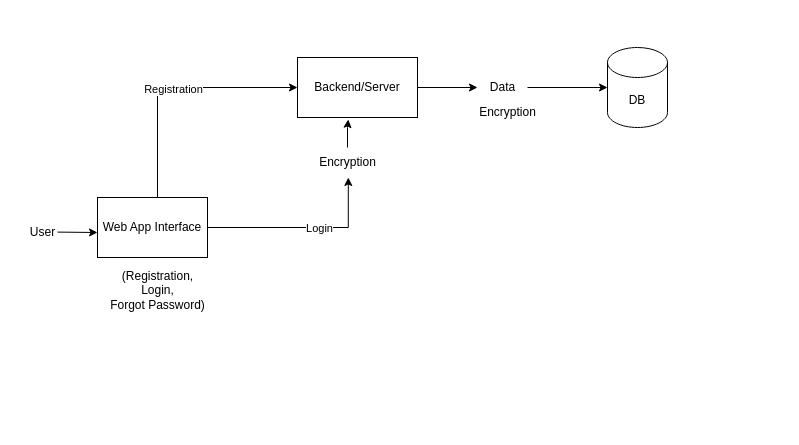
The draw.io diagram hld.drawio in codr-mayank/drawio-project, before the edit. Source tidied: cells renumbered, new cells numbered last; positions are measured from the earlier drawing's top-left corner, leaving out a move shared by most shapes. Both pictures are drawn from the tidied source at 100%, with x=0, y=0 at pixel (17, 47).
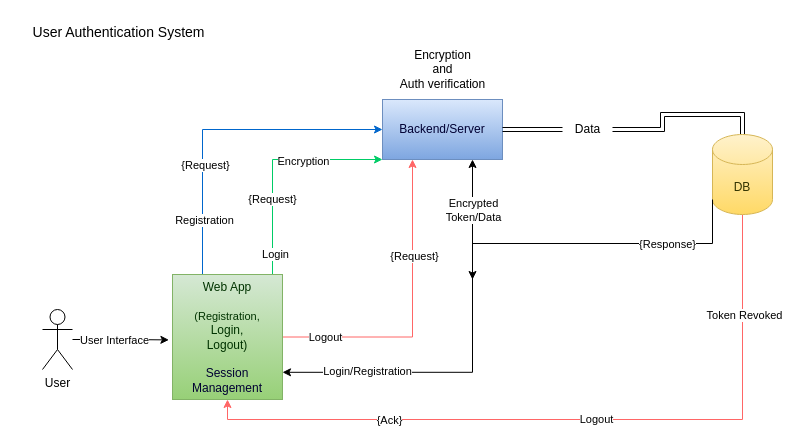
The same diagram, later.

The edit, as a diff of the source:
```diff
@@
-    <mxCell id="2" value="User" style="text;html=1;align=center;verticalAlign=middle;points=[];strokeColor=none;fillColor=none;" parent="1" vertex="1">
-      <mxGeometry y="170" width="50" height="30" as="geometry" />
-    </mxCell>
-    <mxCell id="3" style="endArrow=classic;html=1;rounded=0;" parent="1" edge="1">
-      <mxGeometry relative="1" as="geometry">
-        <mxPoint x="40" y="184.6" as="sourcePoint" />
-        <mxPoint x="80" y="185" as="targetPoint" />
-      </mxGeometry>
-    </mxCell>
-    <mxCell id="4" style="edgeStyle=orthogonalEdgeStyle;rounded=0;jettySize=auto;html=1;entryX=0;entryY=0.5;entryDx=0;entryDy=0;" parent="1" edge="1" source="6" target="9">
-      <mxGeometry relative="1" as="geometry">
-        <Array as="points">
-          <mxPoint x="140" y="40" />
-        </Array>
-      </mxGeometry>
-    </mxCell>
+    <mxCell id="18" style="edgeStyle=orthogonalEdgeStyle;rounded=0;jettySize=auto;html=1;entryX=0;entryY=0.5;entryDx=0;entryDy=0;strokeColor=#0066CC;" parent="1" edge="1" source="6" target="9">
+      <mxGeometry relative="1" as="geometry">
+        <Array as="points">
+          <mxPoint x="185" y="82" />
+        </Array>
+      </mxGeometry>
+    </mxCell>
-    <mxCell id="5" value="Registration" style="edgeLabel;html=1;align=center;verticalAlign=middle;" parent="4" vertex="1">
-      <mxGeometry y="-1" relative="1" as="geometry" />
+    <mxCell id="5" value="Registration" style="edgeLabel;html=1;align=center;verticalAlign=middle;" parent="18" vertex="1">
+      <mxGeometry x="-0.76" y="-1" relative="1" as="geometry">
+        <mxPoint y="-16" as="offset" />
+      </mxGeometry>
     </mxCell>
+    <mxCell id="19" value="{Request}" style="edgeLabel;html=1;align=center;verticalAlign=middle;" parent="18" vertex="1">
+      <mxGeometry x="-0.32" y="-2" relative="1" as="geometry" />
+    </mxCell>
+    <mxCell id="20" value="&lt;div&gt;{Request}&lt;/div&gt;" style="edgeStyle=orthogonalEdgeStyle;rounded=0;jettySize=auto;html=1;entryX=0;entryY=1;entryDx=0;entryDy=0;strokeColor=#00CC66;" parent="1" edge="1" source="6" target="9">
+      <mxGeometry x="-0.33" relative="1" as="geometry">
+        <Array as="points">
+          <mxPoint x="255" y="112" />
+        </Array>
+      </mxGeometry>
+    </mxCell>
+    <mxCell id="12" value="&lt;div&gt;Login&lt;/div&gt;" style="edgeLabel;html=1;align=center;verticalAlign=middle;" parent="20" vertex="1">
+      <mxGeometry x="-0.81" y="-2" relative="1" as="geometry" />
+    </mxCell>
+    <mxCell id="21" value="Encryption" style="edgeLabel;html=1;align=center;verticalAlign=middle;" parent="20" vertex="1">
+      <mxGeometry x="0.29" y="-1" relative="1" as="geometry" />
+    </mxCell>
+    <mxCell id="22" style="edgeStyle=orthogonalEdgeStyle;rounded=0;jettySize=auto;html=1;entryX=0.25;entryY=1;entryDx=0;entryDy=0;strokeColor=#FF6666;" parent="1" edge="1" source="6" target="9">
+      <mxGeometry relative="1" as="geometry">
+        <Array as="points">
+          <mxPoint x="395" y="290" />
+        </Array>
+      </mxGeometry>
+    </mxCell>
+    <mxCell id="23" value="Logout" style="edgeLabel;html=1;align=center;verticalAlign=middle;" parent="22" vertex="1">
+      <mxGeometry x="-0.73" relative="1" as="geometry" />
+    </mxCell>
+    <mxCell id="24" value="{Request}" style="edgeLabel;html=1;align=center;verticalAlign=middle;" parent="22" vertex="1">
+      <mxGeometry x="0.37" y="-1" relative="1" as="geometry" />
+    </mxCell>
-    <mxCell id="6" value="&lt;div&gt;Web App Interface&lt;/div&gt;" style="rounded=0;whiteSpace=wrap;html=1;" parent="1" vertex="1">
-      <mxGeometry x="80" y="150" width="110" height="60" as="geometry" />
+    <mxCell id="6" value="&lt;div&gt;&lt;font color=&quot;#003300&quot;&gt;Web App&lt;/font&gt;&lt;/div&gt;&lt;br&gt;&lt;div&gt;&lt;font style=&quot;font-size: 11px;&quot; color=&quot;#003300&quot;&gt;(Registration,&lt;/font&gt;&lt;/div&gt;&lt;div&gt;&lt;font color=&quot;#003300&quot;&gt;Login,&lt;br&gt;Logout)&lt;br&gt;&lt;/font&gt;&lt;/div&gt;&lt;br&gt;&lt;font color=&quot;#000033&quot;&gt;Session Management&lt;/font&gt;" style="rounded=0;whiteSpace=wrap;html=1;strokeColor=#82b366;fillColor=#d5e8d4;gradientColor=#97d077;" parent="1" vertex="1">
+      <mxGeometry x="155" y="227" width="110" height="125" as="geometry" />
     </mxCell>
-    <mxCell id="7" value="&lt;div&gt;(Registration,&lt;/div&gt;&lt;div&gt;Login,&lt;/div&gt;&lt;div&gt;Forgot Password)&lt;/div&gt;&lt;div&gt;&lt;br&gt;&lt;/div&gt;" style="text;html=1;align=center;verticalAlign=middle;strokeColor=none;fillColor=none;" parent="1" vertex="1">
-      <mxGeometry x="80" y="215" width="120" height="70" as="geometry" />
-    </mxCell>
-    <mxCell id="8" style="edgeStyle=orthogonalEdgeStyle;rounded=0;jettySize=auto;html=1;" parent="1" edge="1" source="16" target="10">
+    <mxCell id="8" style="edgeStyle=orthogonalEdgeStyle;rounded=0;jettySize=auto;html=1;shape=link;entryX=0.5;entryY=0;entryDx=0;entryDy=0;entryPerimeter=0;" parent="1" edge="1" source="16" target="10">
       <mxGeometry relative="1" as="geometry" />
     </mxCell>
-    <mxCell id="9" value="&lt;div&gt;Backend/Server&lt;/div&gt;" style="rounded=0;whiteSpace=wrap;html=1;" parent="1" vertex="1">
-      <mxGeometry x="280" y="10" width="120" height="60" as="geometry" />
+    <mxCell id="9" value="&lt;div&gt;&lt;font color=&quot;#000033&quot;&gt;Backend/Server&lt;/font&gt;&lt;/div&gt;" style="rounded=0;whiteSpace=wrap;html=1;strokeColor=#6c8ebf;fillColor=#dae8fc;gradientColor=#7ea6e0;" parent="1" vertex="1">
+      <mxGeometry x="365" y="52" width="120" height="60" as="geometry" />
     </mxCell>
+    <mxCell id="25" style="edgeStyle=orthogonalEdgeStyle;rounded=0;jettySize=auto;html=1;entryX=0.5;entryY=1;entryDx=0;entryDy=0;strokeColor=#FF6666;" parent="1" edge="1" source="10" target="6">
+      <mxGeometry relative="1" as="geometry">
+        <Array as="points">
+          <mxPoint x="725" y="372" />
+          <mxPoint x="210" y="372" />
+        </Array>
+      </mxGeometry>
+    </mxCell>
+    <mxCell id="26" value="&lt;div&gt;Logout&lt;/div&gt;" style="edgeLabel;html=1;align=center;verticalAlign=middle;" parent="25" vertex="1">
+      <mxGeometry x="0.11" y="-2" relative="1" as="geometry">
+        <mxPoint x="59" y="1" as="offset" />
+      </mxGeometry>
+    </mxCell>
+    <mxCell id="27" value="{Ack}" style="edgeLabel;html=1;align=center;verticalAlign=middle;" parent="25" vertex="1">
+      <mxGeometry x="0.51" y="-3" relative="1" as="geometry">
+        <mxPoint y="3" as="offset" />
+      </mxGeometry>
+    </mxCell>
+    <mxCell id="28" value="Token Revoked" style="edgeLabel;html=1;align=center;verticalAlign=middle;" parent="25" vertex="1">
+      <mxGeometry x="-0.73" y="1" relative="1" as="geometry" />
+    </mxCell>
-    <mxCell id="10" value="&lt;div&gt;DB&lt;/div&gt;" style="shape=cylinder3;whiteSpace=wrap;html=1;boundedLbl=1;backgroundOutline=1;size=15;" parent="1" vertex="1">
-      <mxGeometry x="590" width="60" height="80" as="geometry" />
+    <mxCell id="10" value="&lt;div&gt;&lt;font color=&quot;#333300&quot;&gt;DB&lt;/font&gt;&lt;/div&gt;" style="shape=cylinder3;whiteSpace=wrap;html=1;boundedLbl=1;backgroundOutline=1;size=15;strokeColor=#d6b656;fillColor=#fff2cc;gradientColor=#ffd966;" parent="1" vertex="1">
+      <mxGeometry x="695" y="87" width="60" height="80" as="geometry" />
     </mxCell>
-    <mxCell id="11" style="edgeStyle=orthogonalEdgeStyle;rounded=0;jettySize=auto;html=1;entryX=0.51;entryY=1;entryDx=0;entryDy=0;entryPerimeter=0;" parent="1" edge="1" source="6" target="14">
-      <mxGeometry relative="1" as="geometry" />
-    </mxCell>
-    <mxCell id="12" value="Login" style="edgeLabel;html=1;align=center;verticalAlign=middle;" parent="11" vertex="1">
-      <mxGeometry x="0.45" y="2" relative="1" as="geometry">
-        <mxPoint x="-27" y="2" as="offset" />
-      </mxGeometry>
-    </mxCell>
-    <mxCell id="13" style="edgeStyle=orthogonalEdgeStyle;rounded=0;jettySize=auto;html=1;entryX=0.423;entryY=1.033;entryDx=0;entryDy=0;entryPerimeter=0;" parent="1" edge="1" source="14" target="9">
-      <mxGeometry relative="1" as="geometry" />
-    </mxCell>
-    <mxCell id="14" value="&lt;div&gt;Encryption&lt;/div&gt;" style="text;html=1;align=center;verticalAlign=middle;points=[];strokeColor=none;fillColor=none;" parent="1" vertex="1">
-      <mxGeometry x="290" y="100" width="80" height="30" as="geometry" />
-    </mxCell>
-    <mxCell id="15" style="edgeStyle=orthogonalEdgeStyle;rounded=0;jettySize=auto;html=1;" parent="1" edge="1" source="9" target="16">
+    <mxCell id="15" style="edgeStyle=orthogonalEdgeStyle;rounded=0;jettySize=auto;html=1;shape=link;" parent="1" edge="1" source="9" target="16">
       <mxGeometry relative="1" as="geometry" />
     </mxCell>
     <mxCell id="16" value="&lt;div&gt;Data&lt;/div&gt;" style="text;html=1;align=center;verticalAlign=middle;points=[];strokeColor=none;fillColor=none;" parent="1" vertex="1">
-      <mxGeometry x="460" y="25" width="50" height="30" as="geometry" />
+      <mxGeometry x="545" y="67" width="50" height="30" as="geometry" />
     </mxCell>
-    <mxCell id="17" value="&lt;div&gt;Encryption&lt;/div&gt;" style="text;html=1;align=center;verticalAlign=middle;strokeColor=none;fillColor=none;" parent="1" vertex="1">
-      <mxGeometry x="450" y="50" width="80" height="30" as="geometry" />
-    </mxCell>
+    <mxCell id="29" style="edgeStyle=orthogonalEdgeStyle;rounded=0;jettySize=auto;html=1;entryX=1;entryY=0.75;entryDx=0;entryDy=0;exitX=0;exitY=1;exitDx=0;exitDy=-15;exitPerimeter=0;" parent="1" edge="1" source="10">
+      <mxGeometry relative="1" as="geometry">
+        <mxPoint x="265" y="324.8" as="targetPoint" />
+        <Array as="points">
+          <mxPoint x="695" y="196" />
+          <mxPoint x="455" y="196" />
+          <mxPoint x="455" y="325" />
+        </Array>
+      </mxGeometry>
+    </mxCell>
+    <mxCell id="30" value="Login/Registration" style="edgeLabel;html=1;align=center;verticalAlign=middle;" parent="29" vertex="1">
+      <mxGeometry x="0.65" relative="1" as="geometry">
+        <mxPoint x="-21" y="-1" as="offset" />
+      </mxGeometry>
+    </mxCell>
+    <mxCell id="31" value="{Response}" style="edgeLabel;html=1;align=center;verticalAlign=middle;" parent="29" vertex="1">
+      <mxGeometry x="-0.29" y="2" relative="1" as="geometry">
+        <mxPoint x="124" y="-2" as="offset" />
+      </mxGeometry>
+    </mxCell>
+    <mxCell id="32" value="&lt;div&gt;Encryption&lt;/div&gt;&lt;div&gt;and&lt;/div&gt;&lt;div&gt;Auth verification&lt;/div&gt;" style="text;html=1;align=center;verticalAlign=middle;strokeColor=none;fillColor=none;" parent="1" vertex="1">
+      <mxGeometry x="370" y="-8" width="110" height="60" as="geometry" />
+    </mxCell>
+    <mxCell id="33" style="edgeStyle=orthogonalEdgeStyle;rounded=0;jettySize=auto;html=1;entryX=0.012;entryY=0.338;entryDx=0;entryDy=0;entryPerimeter=0;" parent="1" edge="1" source="2">
+      <mxGeometry relative="1" as="geometry">
+        <mxPoint x="151.4" y="292.4" as="targetPoint" />
+      </mxGeometry>
+    </mxCell>
+    <mxCell id="34" value="User Interface" style="edgeLabel;html=1;align=center;verticalAlign=middle;" parent="33" vertex="1">
+      <mxGeometry x="-0.23" y="-3" relative="1" as="geometry">
+        <mxPoint x="4" y="-3" as="offset" />
+      </mxGeometry>
+    </mxCell>
+    <mxCell id="2" value="User" style="shape=umlActor;verticalLabelPosition=bottom;verticalAlign=top;html=1;outlineConnect=0;" parent="1" vertex="1">
+      <mxGeometry x="25" y="262" width="30" height="60" as="geometry" />
+    </mxCell>
+    <mxCell id="35" style="endArrow=classic;startArrow=classic;html=1;rounded=0;" parent="1" edge="1">
+      <mxGeometry relative="1" as="geometry">
+        <mxPoint x="455" y="232" as="sourcePoint" />
+        <mxPoint x="455" y="112" as="targetPoint" />
+      </mxGeometry>
+    </mxCell>
+    <mxCell id="36" value="&lt;div&gt;Encrypted&lt;br&gt;Token/Data&lt;/div&gt;" style="edgeLabel;html=1;align=center;verticalAlign=middle;" parent="35" vertex="1">
+      <mxGeometry x="-0.1" relative="1" as="geometry">
+        <mxPoint y="-16" as="offset" />
+      </mxGeometry>
+    </mxCell>
+    <mxCell id="37" value="&lt;div&gt;&lt;font style=&quot;font-size: 14px;&quot;&gt;User Authentication System&lt;/font&gt;&lt;/div&gt;" style="text;html=1;align=center;verticalAlign=middle;strokeColor=none;fillColor=none;" parent="1" vertex="1">
+      <mxGeometry x="1" y="-30" width="200" height="30" as="geometry" />
+    </mxCell>
```
